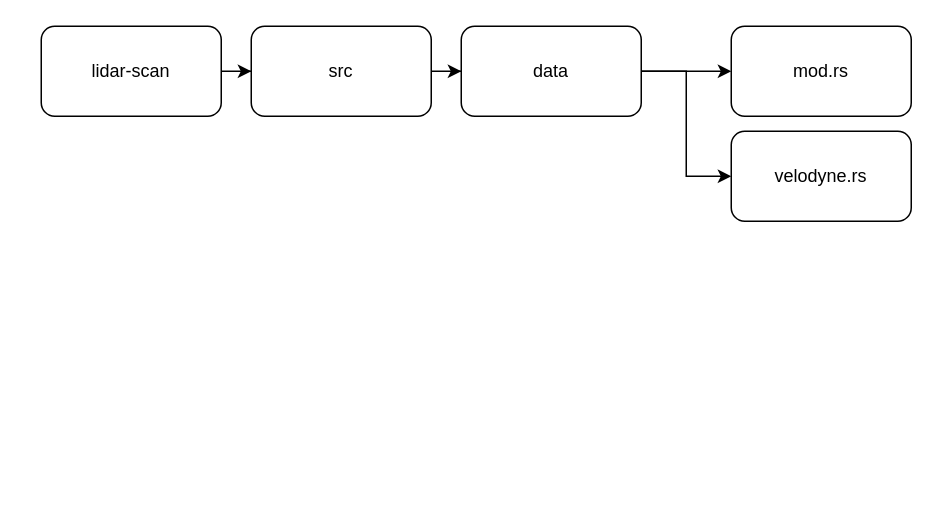
Before: lidar-scan.drawio in YueChuCheng/Wayside_draw, a draw.io diagram. Source tidied: cells renumbered, new cells numbered last; positions are measured from the earlier drawing's top-left corner, leaving out a move shared by most shapes. Both pictures are drawn from the tidied source at 150%, with x=0, y=0 at pixel (40, 26).
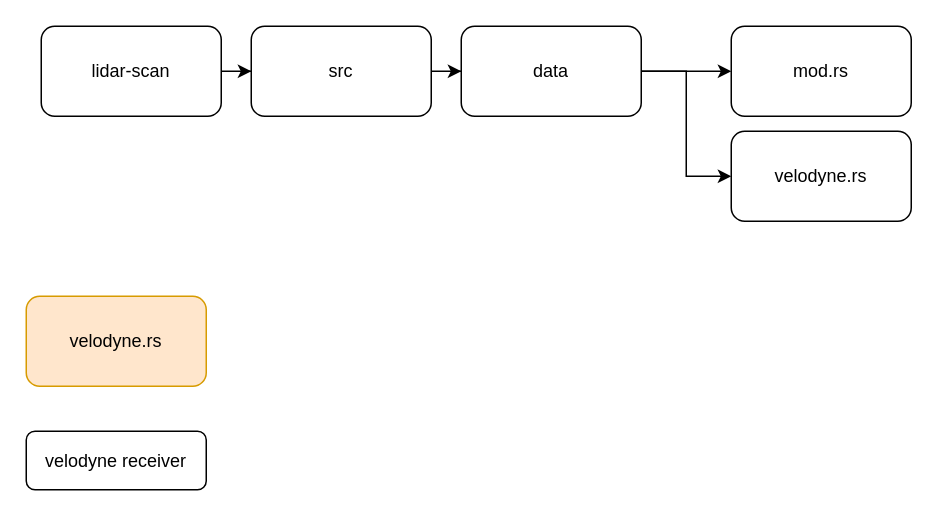
After the change.

Change to the diagram source:
```diff
@@
 <mxGraphModel>
   <root>
     <mxCell id="0" />
     <mxCell id="1" parent="0" />
     <mxCell id="2" style="edgeStyle=orthogonalEdgeStyle;rounded=0;jettySize=auto;html=1;" parent="1" edge="1" source="3" target="9">
       <mxGeometry relative="1" as="geometry" />
     </mxCell>
     <mxCell id="3" value="lidar-scan" style="rounded=1;whiteSpace=wrap;html=1;" parent="1" vertex="1">
       <mxGeometry width="120" height="60" as="geometry" />
     </mxCell>
     <mxCell id="4" style="edgeStyle=orthogonalEdgeStyle;rounded=0;jettySize=auto;html=1;" parent="1" edge="1" source="6" target="7">
       <mxGeometry relative="1" as="geometry" />
     </mxCell>
     <mxCell id="5" style="edgeStyle=orthogonalEdgeStyle;rounded=0;jettySize=auto;html=1;entryX=0;entryY=0.5;entryDx=0;entryDy=0;" parent="1" edge="1" source="6" target="10">
       <mxGeometry relative="1" as="geometry" />
     </mxCell>
     <mxCell id="6" value="data" style="rounded=1;whiteSpace=wrap;html=1;" parent="1" vertex="1">
       <mxGeometry x="280" width="120" height="60" as="geometry" />
     </mxCell>
     <mxCell id="7" value="mod.rs" style="rounded=1;whiteSpace=wrap;html=1;" parent="1" vertex="1">
       <mxGeometry x="460" width="120" height="60" as="geometry" />
     </mxCell>
     <mxCell id="8" style="edgeStyle=orthogonalEdgeStyle;rounded=0;jettySize=auto;html=1;" parent="1" edge="1" source="9" target="6">
       <mxGeometry relative="1" as="geometry" />
     </mxCell>
     <mxCell id="9" value="src" style="rounded=1;whiteSpace=wrap;html=1;" parent="1" vertex="1">
       <mxGeometry x="140" width="120" height="60" as="geometry" />
     </mxCell>
     <mxCell id="10" value="velodyne.rs&lt;br&gt;" style="rounded=1;whiteSpace=wrap;html=1;" parent="1" vertex="1">
       <mxGeometry x="460" y="70" width="120" height="60" as="geometry" />
     </mxCell>
+    <mxCell id="11" value="velodyne.rs&lt;br&gt;" style="rounded=1;whiteSpace=wrap;html=1;fillColor=#ffe6cc;strokeColor=#d79b00;" parent="1" vertex="1">
+      <mxGeometry x="-10" y="180" width="120" height="60" as="geometry" />
+    </mxCell>
+    <mxCell id="12" value="velodyne receiver" style="rounded=1;whiteSpace=wrap;html=1;" parent="1" vertex="1">
+      <mxGeometry x="-10" y="270" width="120" height="39" as="geometry" />
+    </mxCell>
   </root>
 </mxGraphModel>
```
